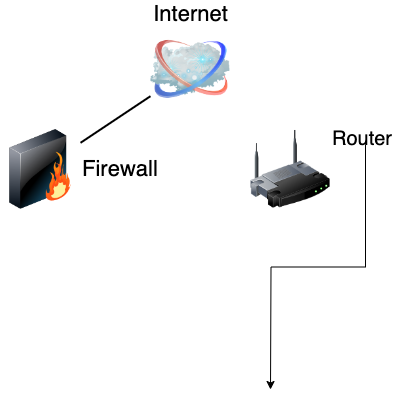
Before: DiagramGraph/NACDiagram.drawio.png, a diagram exported from draw.io (ronaldos21/AccessControlDiagramHW). Source tidied: cells renumbered, new cells last; positions are measured from the earlier drawing's top-left corner, leaving out a move shared by most shapes.
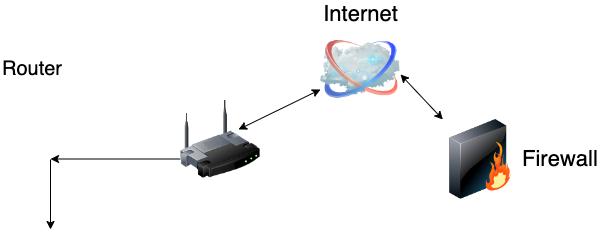
After the commit.

What changed in the source:
```diff
@@ -3,24 +3,38 @@
     <mxCell id="0" />
     <mxCell id="1" parent="0" />
     <mxCell id="2" style="image;html=1;labelBackgroundColor=#ffffff;image=img/lib/clip_art/networking/Wireless_Router_128x128.png;rounded=1;shadow=0;comic=0;strokeWidth=2;fontSize=22;" parent="1" vertex="1">
-      <mxGeometry x="250" y="100" width="80" height="80" as="geometry" />
+      <mxGeometry x="10" y="70" width="80" height="80" as="geometry" />
     </mxCell>
     <mxCell id="3" value="Internet" style="image;html=1;labelBackgroundColor=#ffffff;image=img/lib/clip_art/networking/Cloud_128x128.png;rounded=1;shadow=0;comic=0;strokeWidth=2;fontSize=22;labelPosition=center;verticalLabelPosition=top;align=center;verticalAlign=bottom;" parent="1" vertex="1">
       <mxGeometry x="150" width="80" height="80" as="geometry" />
     </mxCell>
-    <mxCell id="4" style="edgeStyle=none;rounded=0;html=1;labelBackgroundColor=none;endArrow=none;strokeWidth=2;fontFamily=Verdana;fontSize=22;" parent="1" edge="1" source="5" target="3">
-      <mxGeometry relative="1" as="geometry" />
-    </mxCell>
     <mxCell id="5" value="Firewall" style="image;html=1;labelBackgroundColor=#ffffff;image=img/lib/clip_art/networking/Firewall_128x128.png;rounded=1;shadow=0;comic=0;strokeWidth=2;fontSize=22;labelPosition=right;verticalLabelPosition=middle;align=left;verticalAlign=middle;" parent="1" vertex="1">
-      <mxGeometry y="100" width="80" height="80" as="geometry" />
+      <mxGeometry x="270" y="90" width="80" height="80" as="geometry" />
     </mxCell>
     <mxCell id="6" value="&lt;h1 style=&quot;&quot;&gt;&lt;span style=&quot;font-weight: normal;&quot;&gt;&lt;font style=&quot;font-size: 20px;&quot;&gt;Router&lt;/font&gt;&lt;/span&gt;&lt;/h1&gt;" style="text;html=1;strokeColor=none;fillColor=none;align=left;verticalAlign=middle;whiteSpace=wrap;rounded=0;fontFamily=Helvetica;fontSize=18;" parent="1" vertex="1">
-      <mxGeometry x="330" y="90" width="70" height="25" as="geometry" />
+      <mxGeometry x="-170" y="20" width="70" height="25" as="geometry" />
     </mxCell>
-    <mxCell id="7" style="edgeStyle=orthogonalEdgeStyle;rounded=0;jettySize=auto;html=1;exitX=0.5;exitY=1;exitDx=0;exitDy=0;" parent="1" edge="1" source="6">
-      <mxGeometry relative="1" as="geometry">
-        <mxPoint x="270" y="360" as="targetPoint" />
-      </mxGeometry>
-    </mxCell>
+    <mxCell id="8" style="endArrow=classic;startArrow=classic;html=1;rounded=0;" parent="1" edge="1" source="5">
+      <mxGeometry relative="1" as="geometry">
+        <mxPoint x="230" y="45" as="targetPoint" />
+      </mxGeometry>
+    </mxCell>
+    <mxCell id="9" style="endArrow=classic;html=1;rounded=0;" parent="1" edge="1">
+      <mxGeometry relative="1" as="geometry">
+        <mxPoint x="10" y="129.5" as="sourcePoint" />
+        <mxPoint x="-120" y="129.5" as="targetPoint" />
+      </mxGeometry>
+    </mxCell>
+    <mxCell id="10" style="endArrow=classic;startArrow=classic;html=1;rounded=0;exitX=0;exitY=0.75;exitDx=0;exitDy=0;" parent="1" edge="1" source="3">
+      <mxGeometry relative="1" as="geometry">
+        <mxPoint x="68" y="100" as="targetPoint" />
+      </mxGeometry>
+    </mxCell>
+    <mxCell id="11" style="endArrow=classic;html=1;rounded=0;" parent="1" edge="1">
+      <mxGeometry relative="1" as="geometry">
+        <mxPoint x="-120" y="130" as="sourcePoint" />
+        <mxPoint x="-120" y="200" as="targetPoint" />
+      </mxGeometry>
+    </mxCell>
   </root>
 </mxGraphModel>
```
